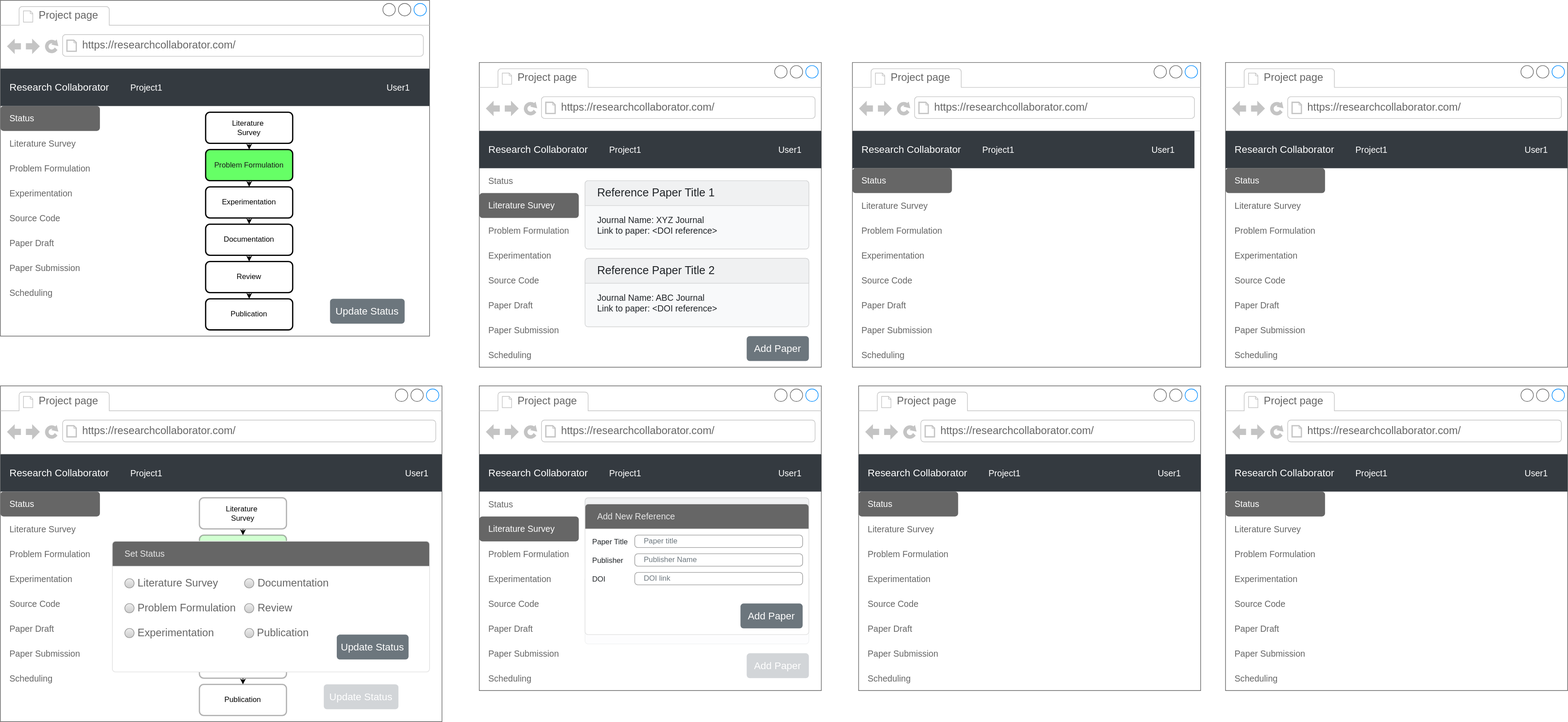
The draw.io diagram mockups/project_tabs.svg in ajayago/research-collaborator, before a commit. Source tidied: cells renumbered, new cells last; positions are measured from the earlier drawing's top-left corner, leaving out a move shared by most shapes.
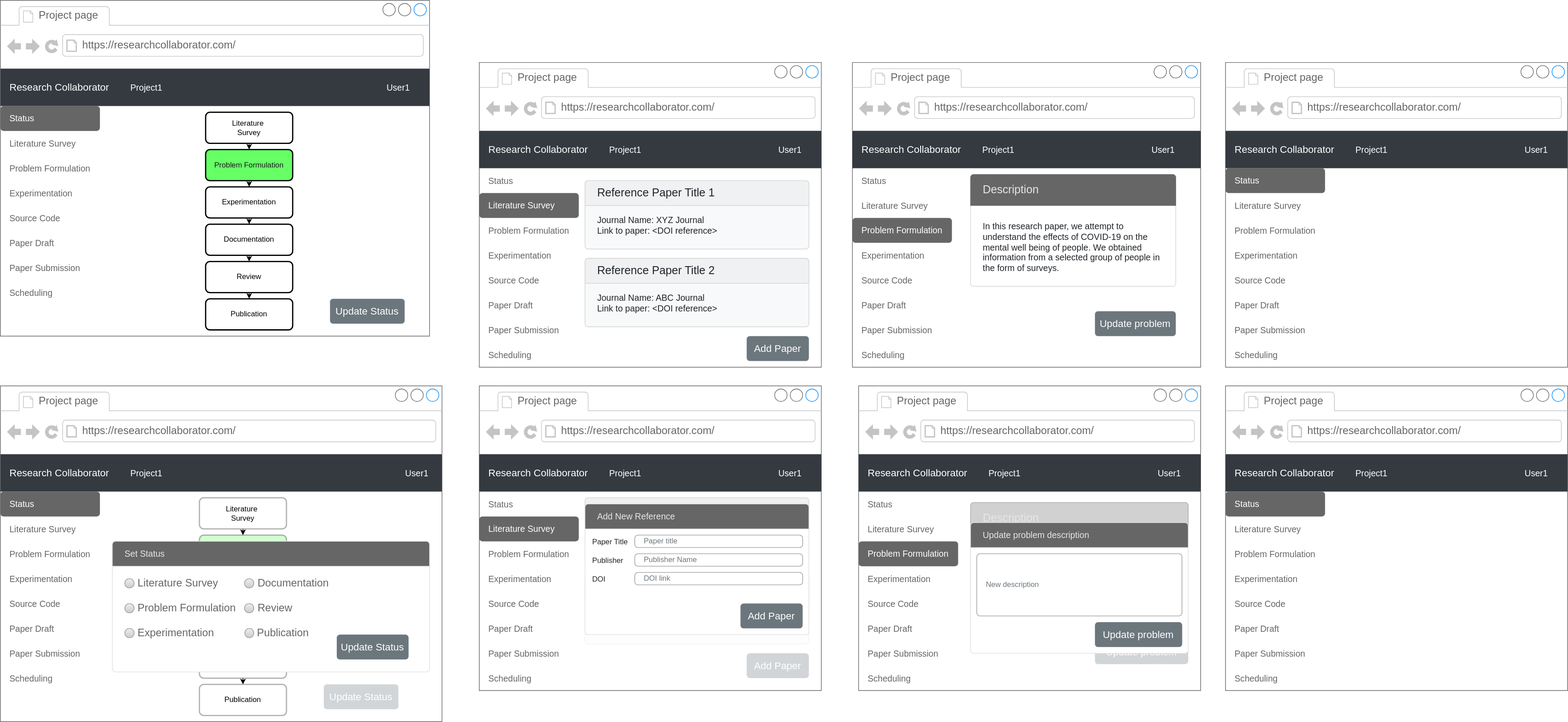
The same diagram one commit later.

Commit message:
Update project_tabs.svg - added problem formulation page

The edit, as a diff of the source:
```diff
@@ -140,7 +140,7 @@
       <mxGeometry x="130" y="60" width="250" height="26" as="geometry" />
     </mxCell>
     <mxCell id="45" value="Research Collaborator" style="html=1;shadow=0;dashed=0;fillColor=#343A40;strokeColor=none;fontSize=16;fontColor=#ffffff;align=left;spacing=15;" parent="42" vertex="1">
-      <mxGeometry y="110" width="550" height="60" as="geometry" />
+      <mxGeometry y="110" width="560" height="60" as="geometry" />
     </mxCell>
     <mxCell id="46" value="Project1" style="fillColor=none;strokeColor=none;fontSize=14;fontColor=#ffffff;align=center;" parent="45" vertex="1">
       <mxGeometry width="70" height="40" relative="1" as="geometry">
@@ -152,6 +152,15 @@
         <mxPoint x="460" y="10" as="offset" />
       </mxGeometry>
     </mxCell>
+    <mxCell id="148" value="Status" style="fillColor=none;strokeColor=none;fontSize=14;align=left;spacing=15;fontColor=#666666;" parent="42" vertex="1">
+      <mxGeometry y="170" width="130" height="40" as="geometry" />
+    </mxCell>
+    <mxCell id="168" value="In this research paper, we attempt to understand the effects of COVID-19 on the mental well being of people. We obtained information from a selected group of people in the form of surveys." style="html=1;shadow=0;dashed=0;shape=mxgraph.bootstrap.rrect;rSize=5;strokeColor=#6C767D;html=1;whiteSpace=wrap;fillColor=#ffffff;fontColor=#212529;verticalAlign=bottom;align=left;spacing=20;spacingBottom=0;fontSize=14;opacity=30;" parent="42" vertex="1">
+      <mxGeometry x="190" y="180" width="330" height="180" as="geometry" />
+    </mxCell>
+    <mxCell id="169" value="&lt;font color=&quot;#e6e6e6&quot;&gt;Description&lt;/font&gt;" style="html=1;shadow=0;dashed=0;shape=mxgraph.bootstrap.topButton;rSize=5;perimeter=none;whiteSpace=wrap;strokeColor=#6C767D;fontColor=#6C767D;fontSize=18;align=left;spacing=20;fillColor=#666666;" parent="168" vertex="1">
+      <mxGeometry width="330" height="50" relative="1" as="geometry" />
+    </mxCell>
     <mxCell id="48" style="strokeWidth=1;shadow=0;dashed=0;align=center;html=1;shape=mxgraph.mockup.containers.browserWindow;rSize=0;strokeColor=#666666;strokeColor2=#008cff;strokeColor3=#c4c4c4;mainText=,;" parent="1" vertex="1">
       <mxGeometry x="1970" y="100" width="550" height="490" as="geometry" />
     </mxCell>
@@ -378,14 +387,14 @@
         <mxPoint x="460" y="10" as="offset" />
       </mxGeometry>
     </mxCell>
-    <mxCell id="118" value="Status" style="html=1;shadow=0;dashed=0;shape=mxgraph.bootstrap.rrect;rSize=5;strokeColor=none;fontSize=14;fontColor=#ffffff;align=left;spacing=15;fillColor=#666666;" parent="112" vertex="1">
-      <mxGeometry y="170" width="160" height="40" as="geometry" />
+    <mxCell id="118" value="Problem Formulation" style="html=1;shadow=0;dashed=0;shape=mxgraph.bootstrap.rrect;rSize=5;strokeColor=none;fontSize=14;fontColor=#ffffff;align=left;spacing=15;fillColor=#666666;" parent="112" vertex="1">
+      <mxGeometry y="250" width="160" height="40" as="geometry" />
     </mxCell>
     <mxCell id="119" value="Literature Survey" style="fillColor=none;strokeColor=none;fontSize=14;align=left;spacing=15;fontColor=#666666;" parent="112" vertex="1">
       <mxGeometry y="210" width="130" height="40" as="geometry" />
     </mxCell>
-    <mxCell id="120" value="Problem Formulation" style="fillColor=none;strokeColor=none;fontSize=14;align=left;spacing=15;fontColor=#666666;" parent="112" vertex="1">
-      <mxGeometry y="250" width="130" height="40" as="geometry" />
+    <mxCell id="120" value="Status" style="fillColor=none;strokeColor=none;fontSize=14;align=left;spacing=15;fontColor=#666666;" parent="112" vertex="1">
+      <mxGeometry y="170" width="130" height="40" as="geometry" />
     </mxCell>
     <mxCell id="121" value="Experimentation" style="fillColor=none;strokeColor=none;fontSize=14;align=left;spacing=15;fontColor=#666666;" parent="112" vertex="1">
       <mxGeometry y="290" width="130" height="40" as="geometry" />
@@ -466,15 +475,12 @@
     <mxCell id="145" value="Scheduling" style="fillColor=none;strokeColor=none;fontSize=14;align=left;spacing=15;fontColor=#666666;" parent="1" vertex="1">
       <mxGeometry y="450" width="130" height="40" as="geometry" />
     </mxCell>
-    <mxCell id="146" value="Status" style="html=1;shadow=0;dashed=0;shape=mxgraph.bootstrap.rrect;rSize=5;strokeColor=none;fontSize=14;fontColor=#ffffff;align=left;spacing=15;fillColor=#666666;" parent="1" vertex="1">
-      <mxGeometry x="1370" y="270" width="160" height="40" as="geometry" />
+    <mxCell id="146" value="Problem Formulation" style="html=1;shadow=0;dashed=0;shape=mxgraph.bootstrap.rrect;rSize=5;strokeColor=none;fontSize=14;fontColor=#ffffff;align=left;spacing=15;fillColor=#666666;" parent="1" vertex="1">
+      <mxGeometry x="1370" y="350" width="160" height="40" as="geometry" />
     </mxCell>
     <mxCell id="147" value="Literature Survey" style="fillColor=none;strokeColor=none;fontSize=14;align=left;spacing=15;fontColor=#666666;" parent="1" vertex="1">
       <mxGeometry x="1370" y="310" width="130" height="40" as="geometry" />
     </mxCell>
-    <mxCell id="148" value="Problem Formulation" style="fillColor=none;strokeColor=none;fontSize=14;align=left;spacing=15;fontColor=#666666;" parent="1" vertex="1">
-      <mxGeometry x="1370" y="350" width="130" height="40" as="geometry" />
-    </mxCell>
     <mxCell id="149" value="Experimentation" style="fillColor=none;strokeColor=none;fontSize=14;align=left;spacing=15;fontColor=#666666;" parent="1" vertex="1">
       <mxGeometry x="1370" y="390" width="130" height="40" as="geometry" />
     </mxCell>
@@ -532,5 +538,29 @@
     <mxCell id="167" value="DOI link" style="html=1;shadow=0;dashed=0;shape=mxgraph.bootstrap.rrect;rSize=5;fillColor=none;strokeColor=#999999;align=left;spacing=15;fontSize=12;fontColor=#6C767D;" parent="1" vertex="1">
       <mxGeometry x="1020" y="920" width="270" height="20" as="geometry" />
     </mxCell>
+    <mxCell id="170" value="Update problem" style="html=1;shadow=0;dashed=0;shape=mxgraph.bootstrap.rrect;rSize=5;strokeColor=none;strokeWidth=1;fillColor=#6C767D;fontColor=#FFFFFF;whiteSpace=wrap;align=center;verticalAlign=middle;spacingLeft=0;fontStyle=0;fontSize=16;spacing=5;" parent="1" vertex="1">
+      <mxGeometry x="1760" y="500" width="130" height="40" as="geometry" />
+    </mxCell>
+    <mxCell id="171" value="In this research paper, we attempt to understand the effects of COVID-19 on the mental well being of people. We obtained information from a selected group of people in the form of surveys." style="html=1;shadow=0;dashed=0;shape=mxgraph.bootstrap.rrect;rSize=5;strokeColor=#6C767D;html=1;whiteSpace=wrap;fillColor=#ffffff;fontColor=#212529;verticalAlign=bottom;align=left;spacing=20;spacingBottom=0;fontSize=14;opacity=30;" parent="1" vertex="1">
+      <mxGeometry x="1560" y="807.5" width="350" height="180" as="geometry" />
+    </mxCell>
+    <mxCell id="172" value="&lt;font color=&quot;#e6e6e6&quot;&gt;Description&lt;/font&gt;" style="html=1;shadow=0;dashed=0;shape=mxgraph.bootstrap.topButton;rSize=5;perimeter=none;whiteSpace=wrap;strokeColor=#6C767D;fontColor=#6C767D;fontSize=18;align=left;spacing=20;fillColor=#666666;opacity=30;" parent="171" vertex="1">
+      <mxGeometry width="350" height="50" relative="1" as="geometry" />
+    </mxCell>
+    <mxCell id="173" value="Update problem" style="html=1;shadow=0;dashed=0;shape=mxgraph.bootstrap.rrect;rSize=5;strokeColor=none;strokeWidth=1;fillColor=#6C767D;fontColor=#FFFFFF;whiteSpace=wrap;align=center;verticalAlign=middle;spacingLeft=0;fontStyle=0;fontSize=16;spacing=5;opacity=30;" parent="1" vertex="1">
+      <mxGeometry x="1760" y="1027.5" width="150" height="40" as="geometry" />
+    </mxCell>
+    <mxCell id="174" style="html=1;shadow=0;dashed=0;shape=mxgraph.bootstrap.rrect;rSize=5;strokeColor=#DFDFDF;html=1;whiteSpace=wrap;fillColor=#FFFFFF;fontColor=#000000;" parent="1" vertex="1">
+      <mxGeometry x="1560" y="840" width="350" height="210" as="geometry" />
+    </mxCell>
+    <mxCell id="175" value="&lt;font color=&quot;#e6e6e6&quot;&gt;Update problem description&lt;/font&gt;" style="html=1;shadow=0;dashed=0;shape=mxgraph.bootstrap.topButton;strokeColor=inherit;rSize=5;perimeter=none;whiteSpace=wrap;align=left;spacing=20;fontSize=14;fillColor=#666666;" parent="174" vertex="1">
+      <mxGeometry width="350" height="40" relative="1" as="geometry" />
+    </mxCell>
+    <mxCell id="176" value="Update problem" style="html=1;shadow=0;dashed=0;shape=mxgraph.bootstrap.rrect;rSize=5;strokeColor=none;strokeWidth=1;fillColor=#6C767D;fontColor=#FFFFFF;whiteSpace=wrap;align=center;verticalAlign=middle;spacingLeft=0;fontStyle=0;fontSize=16;spacing=5;" parent="174" vertex="1">
+      <mxGeometry x="200" y="160" width="140.3" height="40" as="geometry" />
+    </mxCell>
+    <mxCell id="177" value="New description" style="html=1;shadow=0;dashed=0;shape=mxgraph.bootstrap.rrect;rSize=5;fillColor=none;strokeColor=#999999;align=left;spacing=15;fontSize=12;fontColor=#6C767D;" parent="1" vertex="1">
+      <mxGeometry x="1570" y="890" width="330" height="100" as="geometry" />
+    </mxCell>
   </root>
 </mxGraphModel>
```
